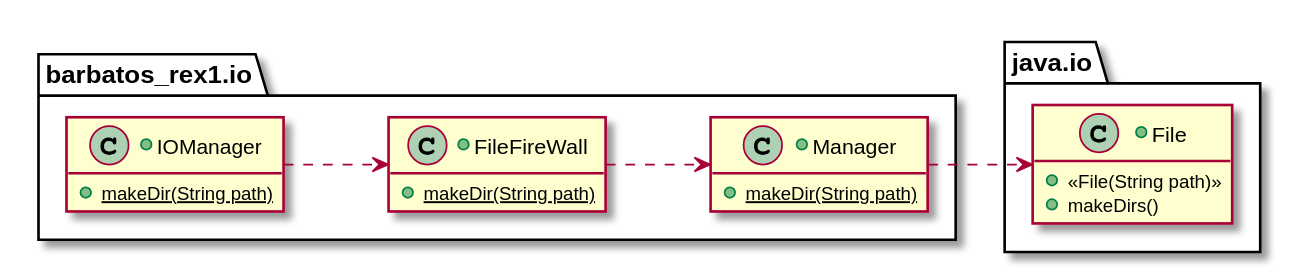
This is docs/UC1_CD.svg from Barbatos-Rex/IOLib, a PlantUML export, as it was before one commit.
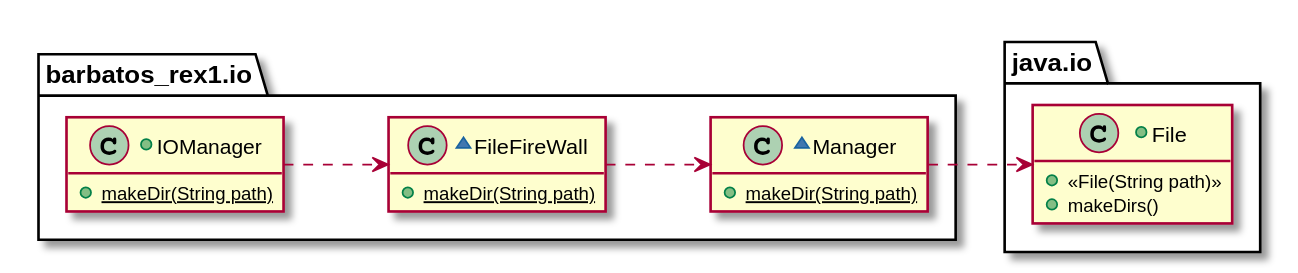
Above is the later version.

Diff of the diagram source:
```diff
@@ -6,10 +6,10 @@
     +class IOManager{
         {static}+makeDir(String path)
     }
-    +class FileFireWall{
+    ~class FileFireWall{
         {static}+makeDir(String path)
     }
-    +class Manager{
+    ~class Manager{
         {static}+makeDir(String path)
     }
 }
```
